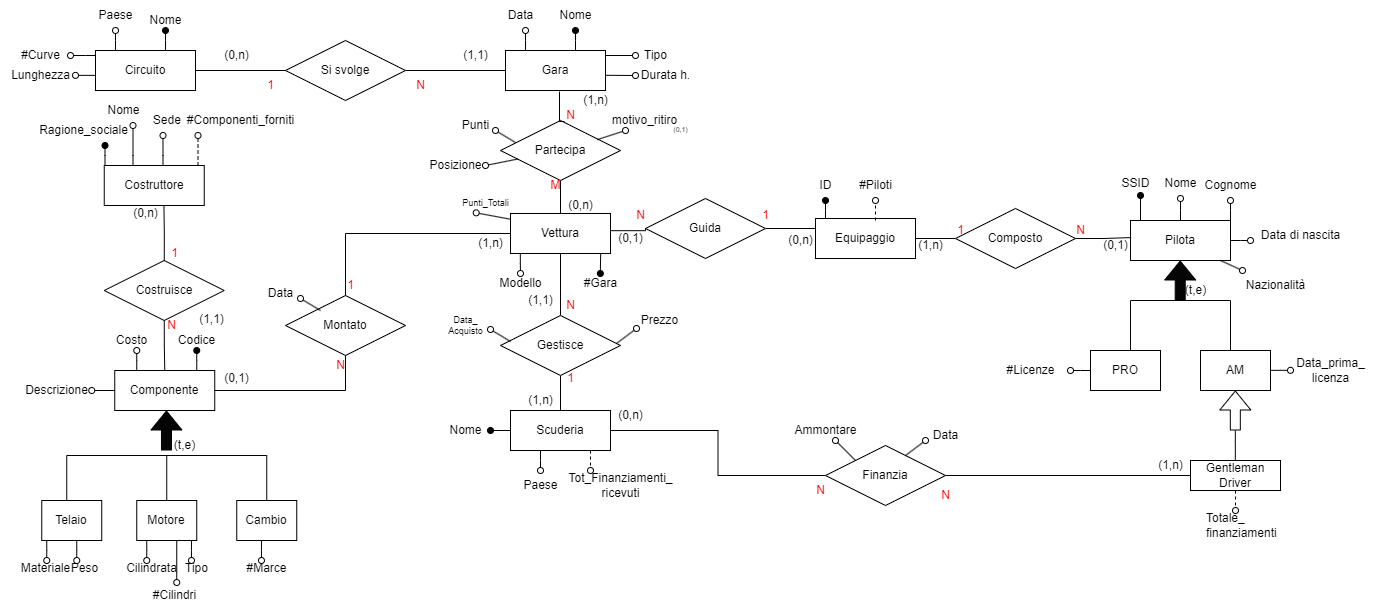
This is II_Anno/BD/Progetti/2023-2024/Peppe-Pasquale/Untitled_Diagram_1.drawio.png from GiuseppePastena23/UNISA, a draw.io export, as it was before one commit. Source tidied: cells renumbered, new cells last; positions are measured from the earlier drawing's top-left corner, leaving out a move shared by most shapes.
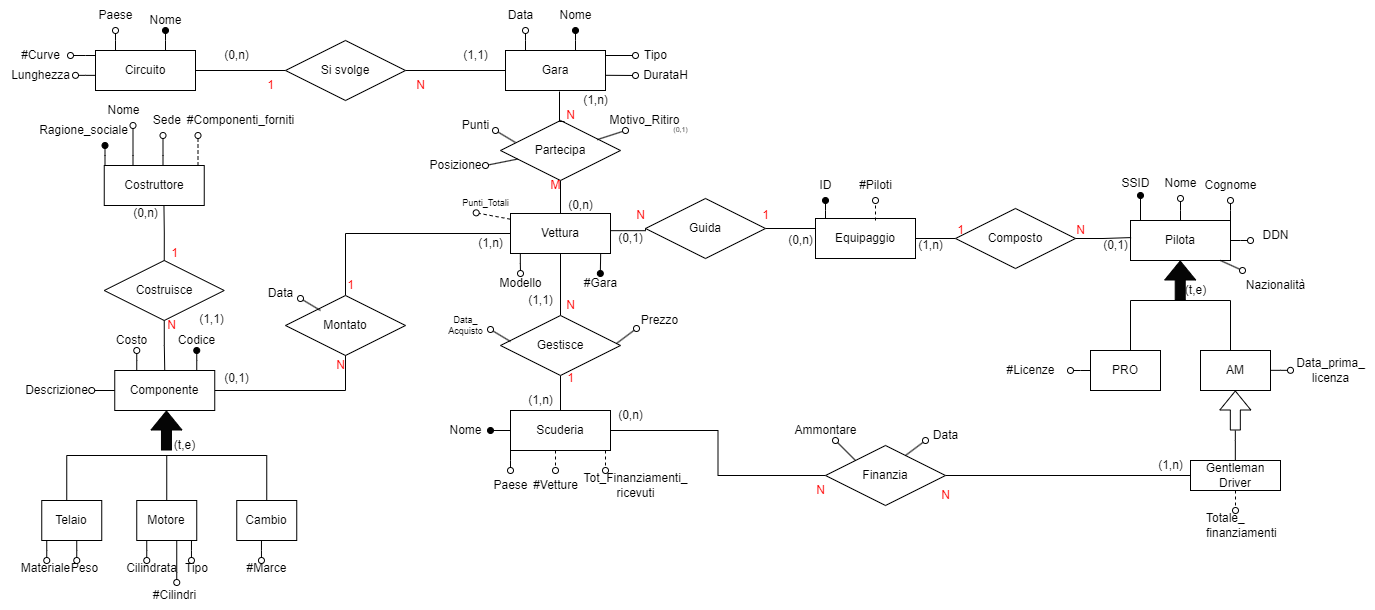
After the commit.

Diff of the diagram source:
```diff
@@ -74,8 +74,8 @@
         </Array>
       </mxGeometry>
     </mxCell>
-    <mxCell id="15" value="Data di nascita&lt;br&gt;" style="text;html=1;align=center;verticalAlign=middle;points=[];strokeColor=none;fillColor=none;rotation=0;" parent="1" vertex="1">
-      <mxGeometry x="1250" y="220" width="100" height="30" as="geometry" />
+    <mxCell id="15" value="DDN" style="text;html=1;align=center;verticalAlign=middle;points=[];strokeColor=none;fillColor=none;rotation=0;" parent="1" vertex="1">
+      <mxGeometry x="1250" y="220" width="50" height="30" as="geometry" />
     </mxCell>
     <mxCell id="16" style="endArrow=oval;html=1;rounded=0;endFill=0;labelBackgroundColor=none;fontColor=default;" parent="1" edge="1" target="17">
       <mxGeometry relative="1" as="geometry">
@@ -171,29 +171,29 @@
     </mxCell>
     <mxCell id="35" style="endArrow=oval;html=1;rounded=0;endFill=0;labelBackgroundColor=none;fontColor=default;exitX=0.5;exitY=1;exitDx=0;exitDy=0;" parent="1" edge="1">
       <mxGeometry relative="1" as="geometry">
-        <mxPoint x="540" y="450" as="sourcePoint" />
-        <mxPoint x="540" y="470" as="targetPoint" />
+        <mxPoint x="510" y="450" as="sourcePoint" />
+        <mxPoint x="510" y="470" as="targetPoint" />
         <Array as="points">
-          <mxPoint x="540" y="460" />
-          <mxPoint x="540" y="470" />
+          <mxPoint x="510" y="460" />
+          <mxPoint x="510" y="470" />
         </Array>
       </mxGeometry>
     </mxCell>
     <mxCell id="36" value="Paese" style="text;html=1;align=center;verticalAlign=middle;strokeColor=none;fillColor=none;rotation=0;" parent="1" vertex="1">
-      <mxGeometry x="510" y="470" width="60" height="30" as="geometry" />
+      <mxGeometry x="480" y="470" width="60" height="30" as="geometry" />
     </mxCell>
     <mxCell id="37" style="endArrow=oval;html=1;rounded=0;endFill=0;labelBackgroundColor=none;fontColor=default;exitX=0.5;exitY=1;exitDx=0;exitDy=0;dashed=1;" parent="1" edge="1">
       <mxGeometry relative="1" as="geometry">
-        <mxPoint x="590" y="450" as="sourcePoint" />
-        <mxPoint x="590" y="470" as="targetPoint" />
+        <mxPoint x="605" y="450" as="sourcePoint" />
+        <mxPoint x="605" y="470" as="targetPoint" />
         <Array as="points">
-          <mxPoint x="590" y="460" />
-          <mxPoint x="590" y="470" />
+          <mxPoint x="605" y="460" />
+          <mxPoint x="605" y="470" />
         </Array>
       </mxGeometry>
     </mxCell>
     <mxCell id="38" value="Tot_Finanziamenti_&lt;br&gt;ricevuti" style="text;html=1;align=center;verticalAlign=middle;strokeColor=none;fillColor=none;rotation=0;" parent="1" vertex="1">
-      <mxGeometry x="555" y="465" width="130" height="40" as="geometry" />
+      <mxGeometry x="570" y="465" width="130" height="40" as="geometry" />
     </mxCell>
     <mxCell id="39" value="Vettura" style="html=1;align=center;fontStyle=0;labelBackgroundColor=none;fontColor=default;whiteSpace=wrap;labelBorderColor=none;verticalAlign=middle;horizontal=1;fontFamily=Helvetica;" parent="1" vertex="1">
       <mxGeometry x="510" y="213" width="100" height="40" as="geometry" />
@@ -428,7 +428,7 @@
     <mxCell id="82" value="Tipo" style="text;html=1;align=center;verticalAlign=middle;strokeColor=none;fillColor=none;labelBackgroundColor=none;" parent="1" vertex="1">
       <mxGeometry x="630" y="40" width="50" height="30" as="geometry" />
     </mxCell>
-    <mxCell id="83" value="Durata h." style="text;html=1;align=center;verticalAlign=middle;strokeColor=none;fillColor=none;labelBackgroundColor=none;" parent="1" vertex="1">
+    <mxCell id="83" value="DurataH" style="text;html=1;align=center;verticalAlign=middle;strokeColor=none;fillColor=none;labelBackgroundColor=none;" parent="1" vertex="1">
       <mxGeometry x="630" y="60" width="70" height="30" as="geometry" />
     </mxCell>
     <mxCell id="84" style="edgeStyle=orthogonalEdgeStyle;rounded=0;jettySize=auto;html=1;exitX=1;exitY=0.5;exitDx=0;exitDy=0;entryX=0;entryY=0.5;entryDx=0;entryDy=0;endArrow=none;endFill=0;" parent="1" edge="1" source="85" target="94">
@@ -530,7 +530,7 @@
         <mxPoint x="625" y="130" as="targetPoint" />
       </mxGeometry>
     </mxCell>
-    <mxCell id="104" value="motivo_ritiro" style="text;html=1;align=center;verticalAlign=middle;strokeColor=none;fillColor=none;labelBackgroundColor=none;" parent="1" vertex="1">
+    <mxCell id="104" value="Motivo_Ritiro" style="text;html=1;align=center;verticalAlign=middle;strokeColor=none;fillColor=none;labelBackgroundColor=none;" parent="1" vertex="1">
       <mxGeometry x="599" y="105" width="90" height="30" as="geometry" />
     </mxCell>
     <mxCell id="105" style="edgeStyle=orthogonalEdgeStyle;rounded=0;jettySize=auto;html=1;exitX=1;exitY=0.5;exitDx=0;exitDy=0;entryX=0;entryY=0.25;entryDx=0;entryDy=0;endArrow=none;endFill=0;" parent="1" edge="1" source="106" target="3">
@@ -746,7 +746,7 @@
     <mxCell id="168" value="Punti_Totali" style="text;html=1;align=center;verticalAlign=middle;points=[];strokeColor=none;fillColor=none;fontSize=9;" parent="1" vertex="1">
       <mxGeometry x="450" y="193" width="70" height="20" as="geometry" />
     </mxCell>
-    <mxCell id="169" style="endArrow=oval;html=1;rounded=0;endFill=0;exitX=-0.003;exitY=0.142;exitDx=0;exitDy=0;exitPerimeter=0;entryX=0.367;entryY=0.967;entryDx=0;entryDy=0;entryPerimeter=0;" parent="1" edge="1" source="39" target="168">
+    <mxCell id="169" style="endArrow=oval;html=1;rounded=0;endFill=0;exitX=-0.003;exitY=0.142;exitDx=0;exitDy=0;exitPerimeter=0;entryX=0.367;entryY=0.967;entryDx=0;entryDy=0;entryPerimeter=0;dashed=1;" parent="1" edge="1" source="39" target="168">
       <mxGeometry relative="1" as="geometry" />
     </mxCell>
     <mxCell id="170" style="endArrow=oval;html=1;rounded=0;exitX=0;exitY=0.5;exitDx=0;exitDy=0;endFill=0;labelBackgroundColor=none;fontColor=default;" parent="1" edge="1" source="44">
@@ -760,5 +760,18 @@
     <mxCell id="171" value="Descrizione" style="text;html=1;align=center;verticalAlign=middle;strokeColor=none;fillColor=none;" parent="1" vertex="1">
       <mxGeometry x="11.2" y="375" width="90" height="30" as="geometry" />
     </mxCell>
+    <mxCell id="172" style="endArrow=oval;html=1;rounded=0;endFill=0;labelBackgroundColor=none;fontColor=default;exitX=0.5;exitY=1;exitDx=0;exitDy=0;dashed=1;" parent="1" edge="1">
+      <mxGeometry relative="1" as="geometry">
+        <mxPoint x="555" y="450" as="sourcePoint" />
+        <mxPoint x="555" y="470" as="targetPoint" />
+        <Array as="points">
+          <mxPoint x="555" y="460" />
+          <mxPoint x="555" y="470" />
+        </Array>
+      </mxGeometry>
+    </mxCell>
+    <mxCell id="173" value="#Vetture" style="text;html=1;align=center;verticalAlign=middle;strokeColor=none;fillColor=none;rotation=0;" parent="1" vertex="1">
+      <mxGeometry x="520" y="470" width="70" height="30" as="geometry" />
+    </mxCell>
   </root>
 </mxGraphModel>
```
